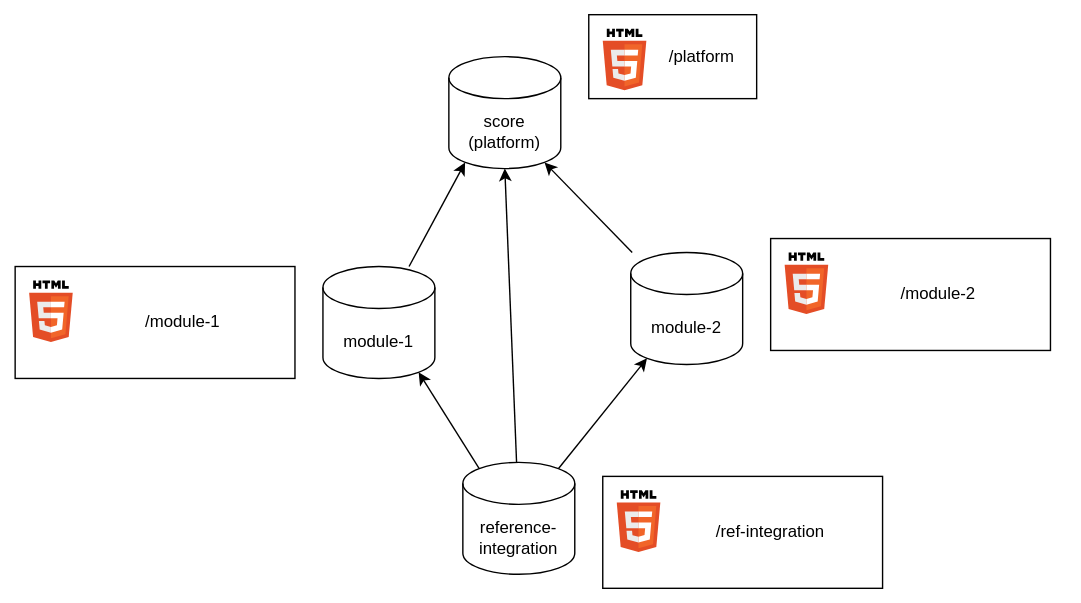
Before: docs/_tooling/decision-records/_assets/multirepo_unidirectional.drawio.svg, a diagram exported from draw.io (eclipse-score/score). Source tidied: cells renumbered, new cells last; positions are measured from the earlier drawing's top-left corner, leaving out a move shared by most shapes.
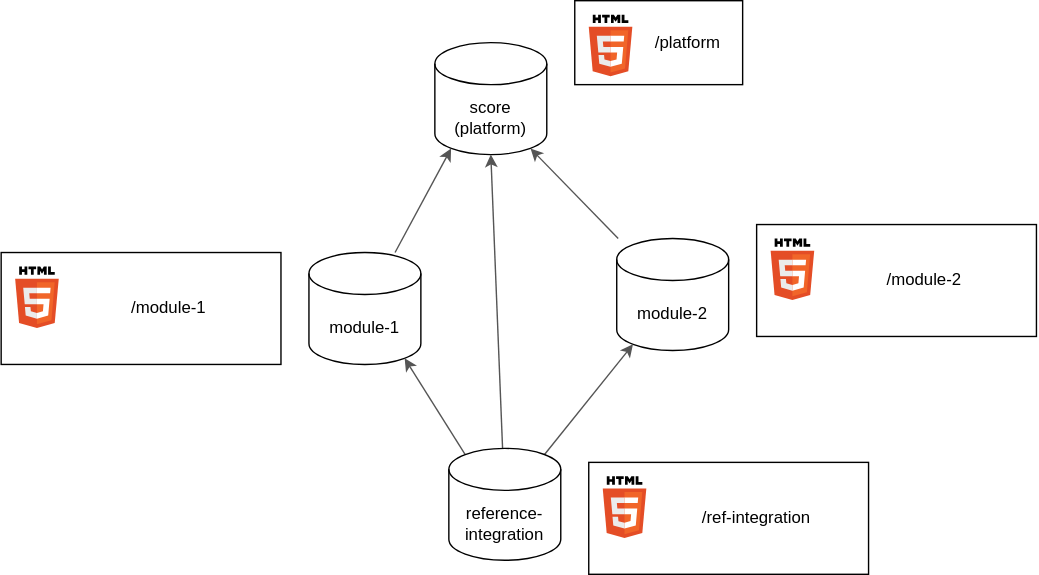
The same file after the commit.

What changed in the source:
```diff
@@ -2,34 +2,31 @@
   <root>
     <mxCell id="0" />
     <mxCell id="1" parent="0" />
-    <mxCell id="2" style="rounded=0;whiteSpace=wrap;html=1;strokeColor=none;" parent="1" vertex="1">
-      <mxGeometry width="770" height="430" as="geometry" />
-    </mxCell>
     <mxCell id="3" style="rounded=0;whiteSpace=wrap;html=1;" parent="1" vertex="1">
       <mxGeometry x="420" y="10" width="120" height="60" as="geometry" />
     </mxCell>
     <mxCell id="4" value="score (platform)" style="shape=cylinder3;whiteSpace=wrap;html=1;boundedLbl=1;backgroundOutline=1;size=15;" parent="1" vertex="1">
       <mxGeometry x="320" y="40" width="80" height="80" as="geometry" />
     </mxCell>
-    <mxCell id="5" style="edgeStyle=none;html=1;entryX=0.145;entryY=1;entryDx=0;entryDy=-4.35;entryPerimeter=0;" parent="1" edge="1" source="6" target="4">
+    <mxCell id="5" style="edgeStyle=none;html=1;entryX=0.145;entryY=1;entryDx=0;entryDy=-4.35;entryPerimeter=0;strokeColor=#555555;" parent="1" edge="1" source="6" target="4">
       <mxGeometry relative="1" as="geometry" />
     </mxCell>
     <mxCell id="6" value="module-1" style="shape=cylinder3;whiteSpace=wrap;html=1;boundedLbl=1;backgroundOutline=1;size=15;" parent="1" vertex="1">
       <mxGeometry x="230" y="190" width="80" height="80" as="geometry" />
     </mxCell>
-    <mxCell id="7" style="edgeStyle=none;html=1;entryX=0.855;entryY=1;entryDx=0;entryDy=-4.35;entryPerimeter=0;" parent="1" edge="1" source="8" target="4">
+    <mxCell id="7" style="edgeStyle=none;html=1;entryX=0.855;entryY=1;entryDx=0;entryDy=-4.35;entryPerimeter=0;strokeColor=#555555;" parent="1" edge="1" source="8" target="4">
       <mxGeometry relative="1" as="geometry" />
     </mxCell>
     <mxCell id="8" value="module-2" style="shape=cylinder3;whiteSpace=wrap;html=1;boundedLbl=1;backgroundOutline=1;size=15;" parent="1" vertex="1">
       <mxGeometry x="450" y="180" width="80" height="80" as="geometry" />
     </mxCell>
-    <mxCell id="9" style="edgeStyle=none;html=1;exitX=0.145;exitY=0;exitDx=0;exitDy=4.35;exitPerimeter=0;entryX=0.855;entryY=1;entryDx=0;entryDy=-4.35;entryPerimeter=0;" parent="1" edge="1" source="12" target="6">
+    <mxCell id="9" style="edgeStyle=none;html=1;exitX=0.145;exitY=0;exitDx=0;exitDy=4.35;exitPerimeter=0;entryX=0.855;entryY=1;entryDx=0;entryDy=-4.35;entryPerimeter=0;strokeColor=#555555;" parent="1" edge="1" source="12" target="6">
       <mxGeometry relative="1" as="geometry" />
     </mxCell>
-    <mxCell id="10" style="edgeStyle=none;html=1;entryX=0.145;entryY=1;entryDx=0;entryDy=-4.35;entryPerimeter=0;exitX=0.855;exitY=0;exitDx=0;exitDy=4.35;exitPerimeter=0;" parent="1" edge="1" source="12" target="8">
+    <mxCell id="10" style="edgeStyle=none;html=1;entryX=0.145;entryY=1;entryDx=0;entryDy=-4.35;entryPerimeter=0;exitX=0.855;exitY=0;exitDx=0;exitDy=4.35;exitPerimeter=0;strokeColor=#555555;" parent="1" edge="1" source="12" target="8">
       <mxGeometry relative="1" as="geometry" />
     </mxCell>
-    <mxCell id="11" style="edgeStyle=none;html=1;entryX=0.5;entryY=1;entryDx=0;entryDy=0;entryPerimeter=0;" parent="1" edge="1" source="12" target="4">
+    <mxCell id="11" style="edgeStyle=none;html=1;entryX=0.5;entryY=1;entryDx=0;entryDy=0;entryPerimeter=0;strokeColor=#555555;" parent="1" edge="1" source="12" target="4">
       <mxGeometry relative="1" as="geometry" />
     </mxCell>
     <mxCell id="12" value="reference-integration" style="shape=cylinder3;whiteSpace=wrap;html=1;boundedLbl=1;backgroundOutline=1;size=15;" parent="1" vertex="1">
```
